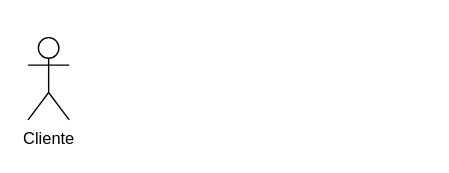
Before: QuintaTarefa.drawio in ArcanjoDaGuarda/AnjoProjetos, a draw.io diagram. Source tidied: cells renumbered, new cells numbered last; positions are measured from the earlier drawing's top-left corner, leaving out a move shared by most shapes. Both pictures are drawn from the tidied source at 137%, with x=0, y=0 at pixel (27, 37).
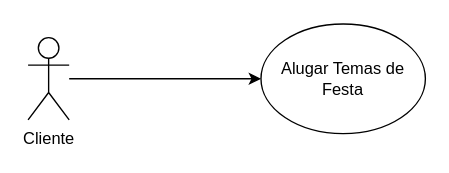
After the change.

Diff of the diagram source:
```diff
@@
 <mxGraphModel>
   <root>
     <mxCell id="0" />
     <mxCell id="1" parent="0" />
     <mxCell id="2" value="Cliente" style="shape=umlActor;verticalLabelPosition=bottom;verticalAlign=top;html=1;outlineConnect=0;" parent="1" vertex="1">
       <mxGeometry width="30" height="60" as="geometry" />
     </mxCell>
+    <mxCell id="3" value="Alugar Temas de Festa" style="ellipse;whiteSpace=wrap;html=1;" parent="1" vertex="1">
+      <mxGeometry x="170" y="-10" width="120" height="80" as="geometry" />
+    </mxCell>
+    <mxCell id="4" style="endArrow=classic;html=1;rounded=0;entryX=0;entryY=0.5;entryDx=0;entryDy=0;" parent="1" edge="1" source="2" target="3">
+      <mxGeometry relative="1" as="geometry" />
+    </mxCell>
   </root>
 </mxGraphModel>
```
